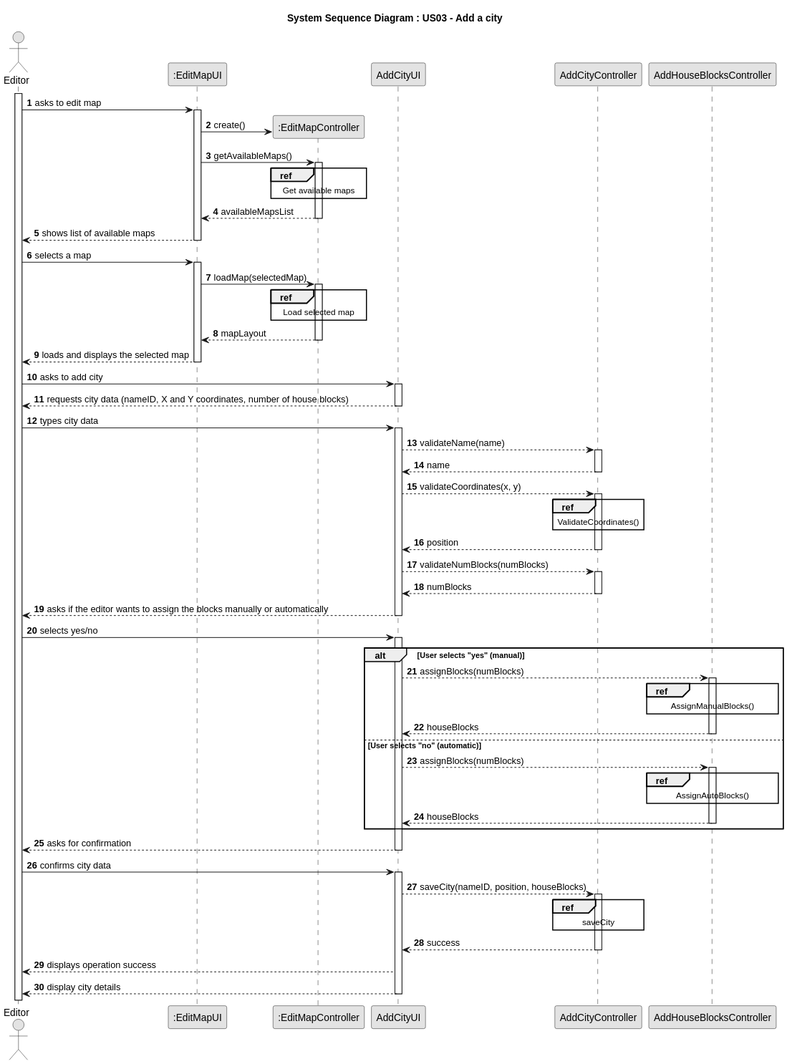
HenriqueSilva18/Railway-Network-Simulator keeps this PlantUML diagram as docs/system-documentation/Sprint 3/US03/03.design/svg/US03-SD-split.svg. Above is the earlier version.
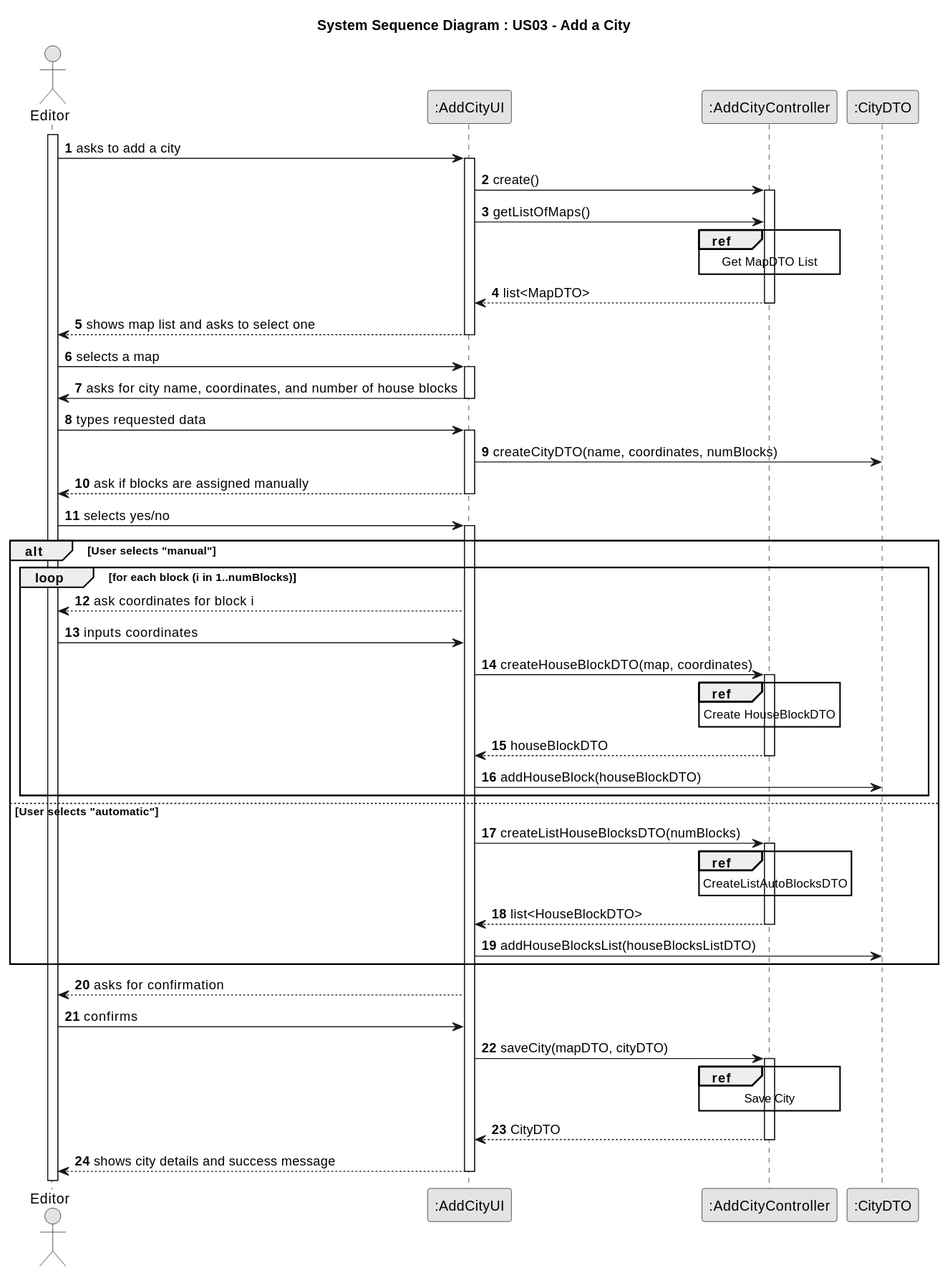
The same file after the commit.

Change to the diagram source:
```diff
@@ -4,114 +4,82 @@
 skinparam shadowing false
 autonumber
 
-title System Sequence Diagram : US03 - Add a city
+title System Sequence Diagram : US03 - Add a City
 
-actor "Editor" as Editor
-participant ":EditMapUI" as mapUI
-participant ":EditMapController" as mapCTRL
-participant AddCityUI
-participant AddCityController
-participant AddHouseBlocksController as AddHouseBlocksController
+actor Editor
+participant ":AddCityUI" as UI
+participant ":AddCityController" as Controller
+participant ":CityDTO" as CityDTO
 
 activate Editor
-   Editor -> mapUI : asks to edit map
 
-           activate mapUI
-               mapUI -> mapCTRL**: create()
-               mapUI -> mapCTRL: getAvailableMaps()
+Editor -> UI : asks to add a city
+activate UI
+UI -> Controller : create()
+activate Controller
 
-               activate mapCTRL
-                   ref over mapCTRL
-                   Get available maps
-                   end
-                   mapCTRL --> mapUI: availableMapsList
-               deactivate mapCTRL
+UI -> Controller : getListOfMaps()
+ref over Controller
+    Get MapDTO List
+end
+Controller --> UI : list<MapDTO>
+deactivate Controller
 
-               mapUI --> Editor: shows list of available maps
-           deactivate mapUI
+UI --> Editor : shows map list and asks to select one
+deactivate UI
 
-       Editor -> mapUI: selects a map
-           activate mapUI
+Editor -> UI : selects a map
+activate UI
+UI -> Editor : asks for city name, coordinates, and number of house blocks
+deactivate UI
 
-               mapUI -> mapCTRL: loadMap(selectedMap)
-               activate mapCTRL
+Editor -> UI : types requested data
+activate UI
 
-                   ref over mapCTRL
-                   Load selected map
-                   end
+UI -> CityDTO : createCityDTO(name, coordinates, numBlocks)
 
-                   mapCTRL --> mapUI: mapLayout
+UI --> Editor : ask if blocks are assigned manually
+deactivate UI
 
-               deactivate mapCTRL
+Editor -> UI : selects yes/no
+activate UI
 
-               mapUI --> Editor: loads and displays the selected map
+alt User selects "manual"
+    loop for each block (i in 1..numBlocks)
+        UI --> Editor : ask coordinates for block i
+        Editor -> UI : inputs coordinates
+        UI -> Controller : createHouseBlockDTO(map, coordinates)
+        ref over Controller
+            Create HouseBlockDTO
+        end
+        activate Controller
+        Controller --> UI : houseBlockDTO
+        deactivate Controller
+        UI -> CityDTO : addHouseBlock(houseBlockDTO)
+    end
 
+else User selects "automatic"
+    UI -> Controller : createListHouseBlocksDTO(numBlocks)
+    activate Controller
+    ref over Controller
+        CreateListAutoBlocksDTO
+    end
+    Controller --> UI : list<HouseBlockDTO>
+    deactivate Controller
+    UI -> CityDTO : addHouseBlocksList(houseBlocksListDTO)
+end
 
-           deactivate mapUI
+UI --> Editor : asks for confirmation
+Editor -> UI : confirms
 
-Editor -> AddCityUI : asks to add city
-        activate AddCityUI
-        AddCityUI --> Editor : requests city data (nameID, X and Y coordinates, number of house blocks)
-        deactivate AddCityUI
+UI -> Controller : saveCity(mapDTO, cityDTO)
+activate Controller
+ref over Controller
+    Save City
+end
+Controller --> UI : CityDTO
+deactivate Controller
 
-    Editor -> AddCityUI: types city data
-        activate AddCityUI
-        AddCityUI --> AddCityController: validateName(name)
-        activate AddCityController
-        AddCityController --> AddCityUI: name
-        deactivate AddCityController
-
-        AddCityUI --> AddCityController: validateCoordinates(x, y)
-        activate AddCityController
-        ref over AddCityController
-        ValidateCoordinates()
-        end
-        AddCityController --> AddCityUI: position
-        deactivate AddCityController
-
-        AddCityUI --> AddCityController: validateNumBlocks(numBlocks)
-        activate AddCityController
-        AddCityController --> AddCityUI: numBlocks
-        deactivate AddCityController
-
-        AddCityUI --> Editor: asks if the editor wants to assign the blocks manually or automatically
-        deactivate AddCityUI
-
-    Editor -> AddCityUI: selects yes/no
-        activate AddCityUI
-
-alt User selects "yes" (manual)
-    AddCityUI --> AddHouseBlocksController : assignBlocks(numBlocks)
-    activate AddHouseBlocksController
-    ref over AddHouseBlocksController
-        AssignManualBlocks()
-    end
-    AddHouseBlocksController --> AddCityUI : houseBlocks
-    deactivate AddHouseBlocksController
-
-else User selects "no" (automatic)
-    AddCityUI --> AddHouseBlocksController : assignBlocks(numBlocks)
-    activate AddHouseBlocksController
-    ref over AddHouseBlocksController
-        AssignAutoBlocks()
-    end
-    AddHouseBlocksController --> AddCityUI : houseBlocks
-    deactivate AddHouseBlocksController
-end alt
-
-        AddCityUI --> Editor: asks for confirmation
-        deactivate AddCityUI
-
-        Editor -> AddCityUI: confirms city data
-        activate AddCityUI
-        AddCityUI --> AddCityController: saveCity(nameID, position, houseBlocks)
-        activate AddCityController
-        ref over AddCityController
-        saveCity
-        end
-        AddCityController --> AddCityUI: success
-        deactivate AddCityController
-        AddCityUI --> Editor: displays operation success
-        AddCityUI --> Editor: display city details
-        deactivate AddCityUI
+UI --> Editor : shows city details and success message
+deactivate UI
 @enduml
```
